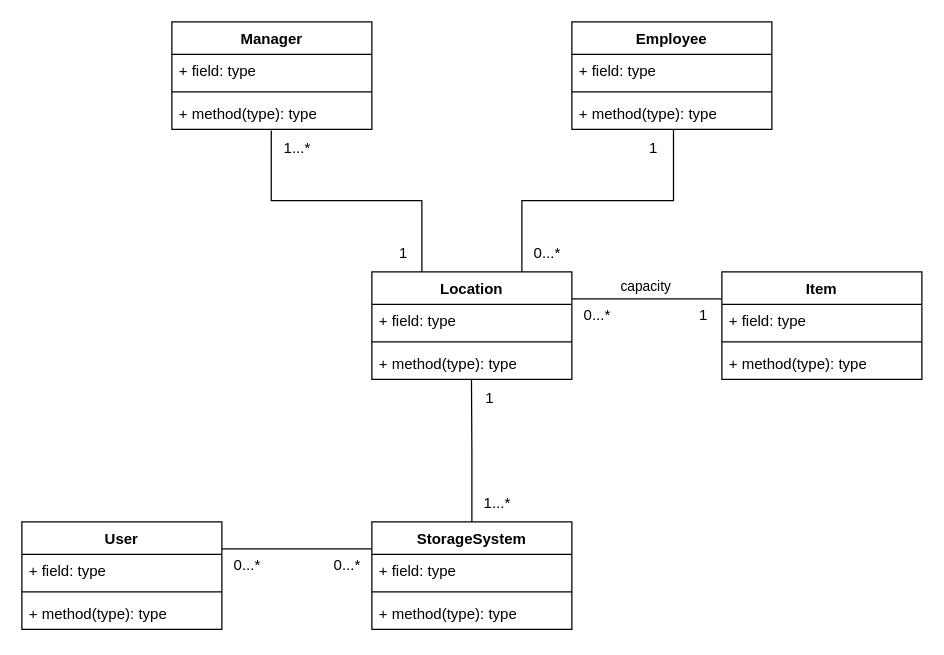
Earlier version of the draw.io diagram UML.drawio (DimeuWasTaken/SOA). Source tidied: cells renumbered, new cells numbered last; positions are measured from the earlier drawing's top-left corner, leaving out a move shared by most shapes. Both pictures are drawn from the tidied source at 125%, with x=0, y=0 at pixel (21, 21).
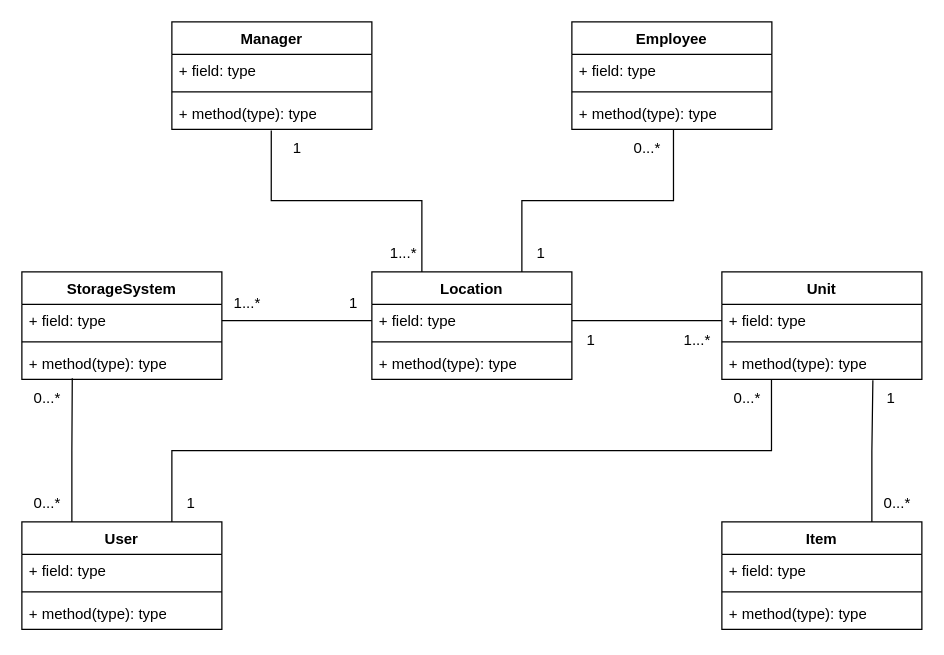
The same page after the edit.

Unchanged cells that the change refers to:
```xml
<mxCell id="4" value="Location" style="swimlane;fontStyle=1;align=center;verticalAlign=top;horizontal=1;startSize=26;whiteSpace=wrap;html=1;" parent="1" vertex="1">
  <mxGeometry x="280" y="200" width="160" height="86" as="geometry" />
</mxCell>
<mxCell id="5" value="+ field: type" style="text;strokeColor=none;fillColor=none;align=left;verticalAlign=top;spacingLeft=4;spacingRight=4;overflow=hidden;points=[[0,0.5],[1,0.5]];portConstraint=eastwest;whiteSpace=wrap;html=1;" parent="4" vertex="1">
  <mxGeometry y="26" width="160" height="26" as="geometry" />
</mxCell>
<mxCell id="7" value="+ method(type): type" style="text;strokeColor=none;fillColor=none;align=left;verticalAlign=top;spacingLeft=4;spacingRight=4;overflow=hidden;points=[[0,0.5],[1,0.5]];portConstraint=eastwest;whiteSpace=wrap;html=1;" parent="4" vertex="1">
  <mxGeometry y="60" width="160" height="26" as="geometry" />
</mxCell>
<mxCell id="9" value="User&lt;br&gt;" style="swimlane;fontStyle=1;align=center;verticalAlign=top;horizontal=1;startSize=26;whiteSpace=wrap;html=1;" parent="1" vertex="1">
  <mxGeometry y="400" width="160" height="86" as="geometry" />
</mxCell>
<mxCell id="15" value="+ field: type" style="text;strokeColor=none;fillColor=none;align=left;verticalAlign=top;spacingLeft=4;spacingRight=4;overflow=hidden;points=[[0,0.5],[1,0.5]];portConstraint=eastwest;whiteSpace=wrap;html=1;" parent="14" vertex="1">
  <mxGeometry y="26" width="160" height="26" as="geometry" />
</mxCell>
<mxCell id="17" value="+ method(type): type" style="text;strokeColor=none;fillColor=none;align=left;verticalAlign=top;spacingLeft=4;spacingRight=4;overflow=hidden;points=[[0,0.5],[1,0.5]];portConstraint=eastwest;whiteSpace=wrap;html=1;" parent="14" vertex="1">
  <mxGeometry y="60" width="160" height="26" as="geometry" />
</mxCell>
<mxCell id="34" value="+ field: type" style="text;strokeColor=none;fillColor=none;align=left;verticalAlign=top;spacingLeft=4;spacingRight=4;overflow=hidden;points=[[0,0.5],[1,0.5]];portConstraint=eastwest;whiteSpace=wrap;html=1;" parent="33" vertex="1">
  <mxGeometry y="26" width="160" height="26" as="geometry" />
</mxCell>
<mxCell id="36" value="+ method(type): type" style="text;strokeColor=none;fillColor=none;align=left;verticalAlign=top;spacingLeft=4;spacingRight=4;overflow=hidden;points=[[0,0.5],[1,0.5]];portConstraint=eastwest;whiteSpace=wrap;html=1;" parent="33" vertex="1">
  <mxGeometry y="60" width="160" height="26" as="geometry" />
</mxCell>
```

The edit, as a diff of the source:
```diff
@@
-    <mxCell id="2" style="edgeStyle=orthogonalEdgeStyle;rounded=0;jettySize=auto;html=1;entryX=0;entryY=0.25;entryDx=0;entryDy=0;endArrow=none;endFill=0;exitX=1;exitY=0.25;exitDx=0;exitDy=0;" parent="1" edge="1" source="4" target="14">
-      <mxGeometry relative="1" as="geometry" />
-    </mxCell>
-    <mxCell id="3" value="capacity" style="edgeLabel;html=1;align=center;verticalAlign=middle;" parent="2" vertex="1">
-      <mxGeometry x="-0.03" y="2" relative="1" as="geometry">
-        <mxPoint y="-8" as="offset" />
-      </mxGeometry>
-    </mxCell>
@@
-    <mxCell id="8" style="edgeStyle=orthogonalEdgeStyle;rounded=0;jettySize=auto;html=1;exitX=1;exitY=0.25;exitDx=0;exitDy=0;endArrow=none;endFill=0;entryX=0;entryY=0.25;entryDx=0;entryDy=0;" parent="1" edge="1" source="9" target="33">
-      <mxGeometry relative="1" as="geometry" />
-    </mxCell>
@@
     <mxCell id="13" value="0...*" style="text;html=1;align=center;verticalAlign=middle;strokeColor=none;fillColor=none;" parent="1" vertex="1">
-      <mxGeometry x="240" y="420" width="40" height="30" as="geometry" />
+      <mxGeometry y="286" width="40" height="30" as="geometry" />
     </mxCell>
-    <mxCell id="14" value="Item" style="swimlane;fontStyle=1;align=center;verticalAlign=top;horizontal=1;startSize=26;whiteSpace=wrap;html=1;" parent="1" vertex="1">
+    <mxCell id="14" value="Unit" style="swimlane;fontStyle=1;align=center;verticalAlign=top;horizontal=1;startSize=26;whiteSpace=wrap;html=1;" parent="1" vertex="1">
       <mxGeometry x="560" y="200" width="160" height="86" as="geometry" />
     </mxCell>
@@
-    <mxCell id="26" value="1...*" style="text;html=1;align=center;verticalAlign=middle;strokeColor=none;fillColor=none;" parent="1" vertex="1">
-      <mxGeometry x="200" y="86" width="40" height="30" as="geometry" />
+    <mxCell id="26" value="1" style="text;html=1;align=center;verticalAlign=middle;strokeColor=none;fillColor=none;" parent="1" vertex="1">
+      <mxGeometry x="205" y="86" width="30" height="30" as="geometry" />
     </mxCell>
-    <mxCell id="27" value="1" style="text;html=1;align=center;verticalAlign=middle;strokeColor=none;fillColor=none;" parent="1" vertex="1">
-      <mxGeometry x="290" y="170" width="30" height="30" as="geometry" />
+    <mxCell id="27" value="1...*" style="text;html=1;align=center;verticalAlign=middle;strokeColor=none;fillColor=none;" parent="1" vertex="1">
+      <mxGeometry x="285" y="170" width="40" height="30" as="geometry" />
     </mxCell>
     <mxCell id="28" value="0...*" style="text;html=1;align=center;verticalAlign=middle;strokeColor=none;fillColor=none;" parent="1" vertex="1">
-      <mxGeometry x="160" y="420" width="40" height="30" as="geometry" />
+      <mxGeometry y="370" width="40" height="30" as="geometry" />
     </mxCell>
     <mxCell id="29" value="1" style="text;html=1;align=center;verticalAlign=middle;strokeColor=none;fillColor=none;" parent="1" vertex="1">
-      <mxGeometry x="490" y="86" width="30" height="30" as="geometry" />
+      <mxGeometry x="400" y="170" width="30" height="30" as="geometry" />
     </mxCell>
     <mxCell id="30" value="0...*" style="text;html=1;align=center;verticalAlign=middle;strokeColor=none;fillColor=none;" parent="1" vertex="1">
-      <mxGeometry x="400" y="170" width="40" height="30" as="geometry" />
+      <mxGeometry x="480" y="86" width="40" height="30" as="geometry" />
     </mxCell>
-    <mxCell id="31" value="0...*" style="text;html=1;align=center;verticalAlign=middle;strokeColor=none;fillColor=none;" parent="1" vertex="1">
-      <mxGeometry x="440" y="220" width="40" height="30" as="geometry" />
+    <mxCell id="31" value="1...*" style="text;html=1;align=center;verticalAlign=middle;strokeColor=none;fillColor=none;" parent="1" vertex="1">
+      <mxGeometry x="520" y="240" width="40" height="30" as="geometry" />
     </mxCell>
     <mxCell id="32" value="1" style="text;html=1;align=center;verticalAlign=middle;strokeColor=none;fillColor=none;" parent="1" vertex="1">
-      <mxGeometry x="530" y="220" width="30" height="30" as="geometry" />
+      <mxGeometry x="440" y="240" width="30" height="30" as="geometry" />
     </mxCell>
     <mxCell id="33" value="StorageSystem" style="swimlane;fontStyle=1;align=center;verticalAlign=top;horizontal=1;startSize=26;whiteSpace=wrap;html=1;" parent="1" vertex="1">
-      <mxGeometry x="280" y="400" width="160" height="86" as="geometry" />
+      <mxGeometry y="200" width="160" height="86" as="geometry" />
     </mxCell>
@@
-    <mxCell id="37" style="edgeStyle=orthogonalEdgeStyle;rounded=0;jettySize=auto;html=1;exitX=0.5;exitY=0;exitDx=0;exitDy=0;entryX=0.498;entryY=1;entryDx=0;entryDy=0;entryPerimeter=0;endArrow=none;endFill=0;" parent="1" edge="1" source="33" target="7">
-      <mxGeometry relative="1" as="geometry" />
-    </mxCell>
     <mxCell id="38" value="1...*" style="text;html=1;align=center;verticalAlign=middle;strokeColor=none;fillColor=none;" parent="1" vertex="1">
-      <mxGeometry x="360" y="370" width="40" height="30" as="geometry" />
+      <mxGeometry x="160" y="210" width="40" height="30" as="geometry" />
     </mxCell>
     <mxCell id="39" value="1" style="text;html=1;align=center;verticalAlign=middle;strokeColor=none;fillColor=none;" parent="1" vertex="1">
-      <mxGeometry x="359" y="286" width="30" height="30" as="geometry" />
+      <mxGeometry x="250" y="210" width="30" height="30" as="geometry" />
     </mxCell>
@@
+    <mxCell id="42" value="Item" style="swimlane;fontStyle=1;align=center;verticalAlign=top;horizontal=1;startSize=26;whiteSpace=wrap;html=1;" parent="1" vertex="1">
+      <mxGeometry x="560" y="400" width="160" height="86" as="geometry" />
+    </mxCell>
+    <mxCell id="43" value="+ field: type" style="text;strokeColor=none;fillColor=none;align=left;verticalAlign=top;spacingLeft=4;spacingRight=4;overflow=hidden;whiteSpace=wrap;html=1;" parent="42" vertex="1">
+      <mxGeometry y="26" width="160" height="26" as="geometry" />
+    </mxCell>
+    <mxCell id="44" style="line;strokeWidth=1;fillColor=none;align=left;verticalAlign=middle;spacingTop=-1;spacingLeft=3;spacingRight=3;labelPosition=right;strokeColor=inherit;" parent="42" vertex="1">
+      <mxGeometry y="52" width="160" height="8" as="geometry" />
+    </mxCell>
+    <mxCell id="45" value="+ method(type): type" style="text;strokeColor=none;fillColor=none;align=left;verticalAlign=top;spacingLeft=4;spacingRight=4;overflow=hidden;whiteSpace=wrap;html=1;" parent="42" vertex="1">
+      <mxGeometry y="60" width="160" height="26" as="geometry" />
+    </mxCell>
+    <mxCell id="46" value="0...*" style="text;html=1;align=center;verticalAlign=middle;strokeColor=none;fillColor=none;" parent="1" vertex="1">
+      <mxGeometry x="680" y="370" width="40" height="30" as="geometry" />
+    </mxCell>
+    <mxCell id="47" value="1" style="text;html=1;align=center;verticalAlign=middle;strokeColor=none;fillColor=none;" parent="1" vertex="1">
+      <mxGeometry x="680" y="286" width="30" height="30" as="geometry" />
+    </mxCell>
+    <mxCell id="48" style="edgeStyle=orthogonalEdgeStyle;rounded=0;jettySize=auto;html=1;exitX=1;exitY=0.5;exitDx=0;exitDy=0;entryX=0;entryY=0.5;entryDx=0;entryDy=0;endArrow=none;endFill=0;" parent="1" edge="1" source="34" target="5">
+      <mxGeometry relative="1" as="geometry" />
+    </mxCell>
+    <mxCell id="49" value="0...*" style="text;html=1;align=center;verticalAlign=middle;strokeColor=none;fillColor=none;" parent="1" vertex="1">
+      <mxGeometry x="560" y="286" width="40" height="30" as="geometry" />
+    </mxCell>
+    <mxCell id="50" value="1" style="text;html=1;align=center;verticalAlign=middle;strokeColor=none;fillColor=none;" parent="1" vertex="1">
+      <mxGeometry x="120" y="370" width="30" height="30" as="geometry" />
+    </mxCell>
+    <mxCell id="51" style="edgeStyle=orthogonalEdgeStyle;rounded=0;jettySize=auto;html=1;exitX=0.75;exitY=0;exitDx=0;exitDy=0;entryX=0.755;entryY=1.027;entryDx=0;entryDy=0;entryPerimeter=0;endArrow=none;endFill=0;" parent="1" edge="1" source="42" target="17">
+      <mxGeometry relative="1" as="geometry" />
+    </mxCell>
+    <mxCell id="52" style="edgeStyle=orthogonalEdgeStyle;rounded=0;jettySize=auto;html=1;exitX=0.25;exitY=0;exitDx=0;exitDy=0;entryX=0.252;entryY=0.969;entryDx=0;entryDy=0;entryPerimeter=0;endArrow=none;endFill=0;" parent="1" edge="1" source="9" target="36">
+      <mxGeometry relative="1" as="geometry" />
+    </mxCell>
+    <mxCell id="53" style="edgeStyle=orthogonalEdgeStyle;rounded=0;jettySize=auto;html=1;exitX=0.75;exitY=0;exitDx=0;exitDy=0;entryX=0.248;entryY=1;entryDx=0;entryDy=0;entryPerimeter=0;endArrow=none;endFill=0;" parent="1" edge="1" source="9" target="17">
+      <mxGeometry relative="1" as="geometry" />
+    </mxCell>
+    <mxCell id="54" style="edgeStyle=orthogonalEdgeStyle;rounded=0;jettySize=auto;html=1;exitX=1;exitY=0.5;exitDx=0;exitDy=0;entryX=0;entryY=0.5;entryDx=0;entryDy=0;endArrow=none;endFill=0;" parent="1" edge="1" source="5" target="15">
+      <mxGeometry relative="1" as="geometry" />
+    </mxCell>
```
